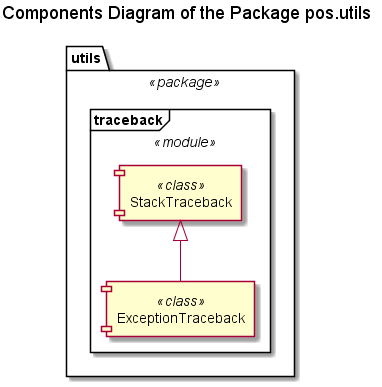
This is Docs/UML/utils/utils Components.png from FooBarShebang/pos, a PlantUML export, as it was before one commit.
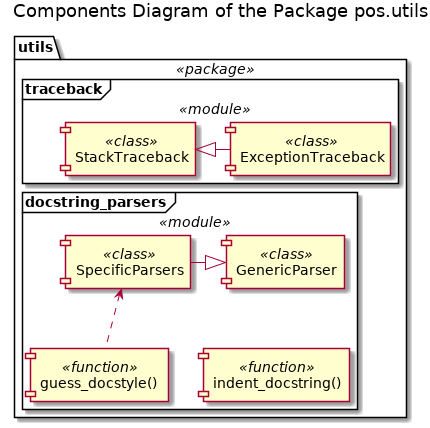
Above is the later version.

The edit, as a diff of the source:
```diff
@@ -26,8 +26,26 @@
 
         component "ExceptionTraceback" <<class>>
 
-        StackTraceback <|-- ExceptionTraceback
+        StackTraceback <|- ExceptionTraceback
     }
+
+    frame "docstring_parsers" <<module>> {
+        component "GenericParser" <<class>>
+
+        component "SpecificParsers" <<class>>
+
+        SpecificParsers -|> GenericParser
+
+        component "guess_docstyle()" as gds <<function>>
+
+        SpecificParsers <.. gds
+
+        component "indent_docstring()" as ids <<function>>
+
+        gds -[hidden] ids
+    }
+
+    traceback -[hidden]- docstring_parsers
 }
 
 @enduml
```
